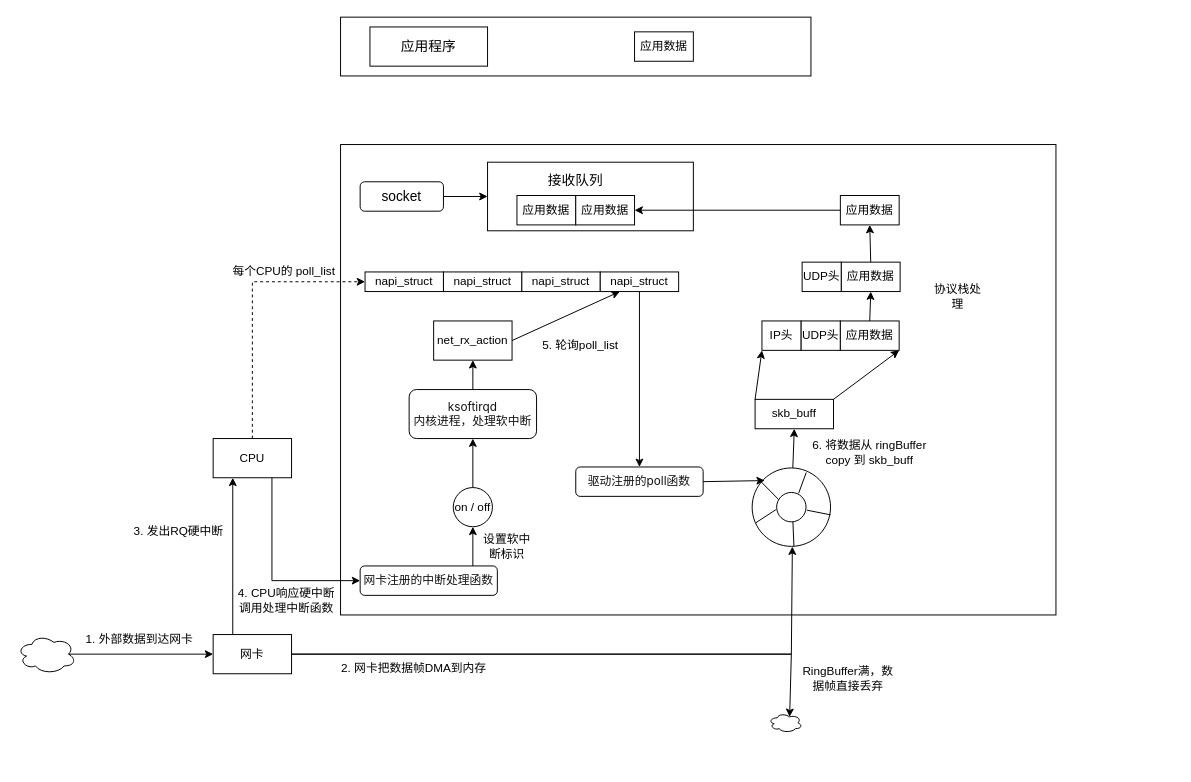
Before: 图解网络.drawio in JianHao-Chen/UML, a draw.io diagram. Source tidied: cells renumbered, new cells numbered last; positions are measured from the earlier drawing's top-left corner, leaving out a move shared by most shapes. Both pictures are drawn from the tidied source at 98%, with x=0, y=0 at pixel (17, 17).
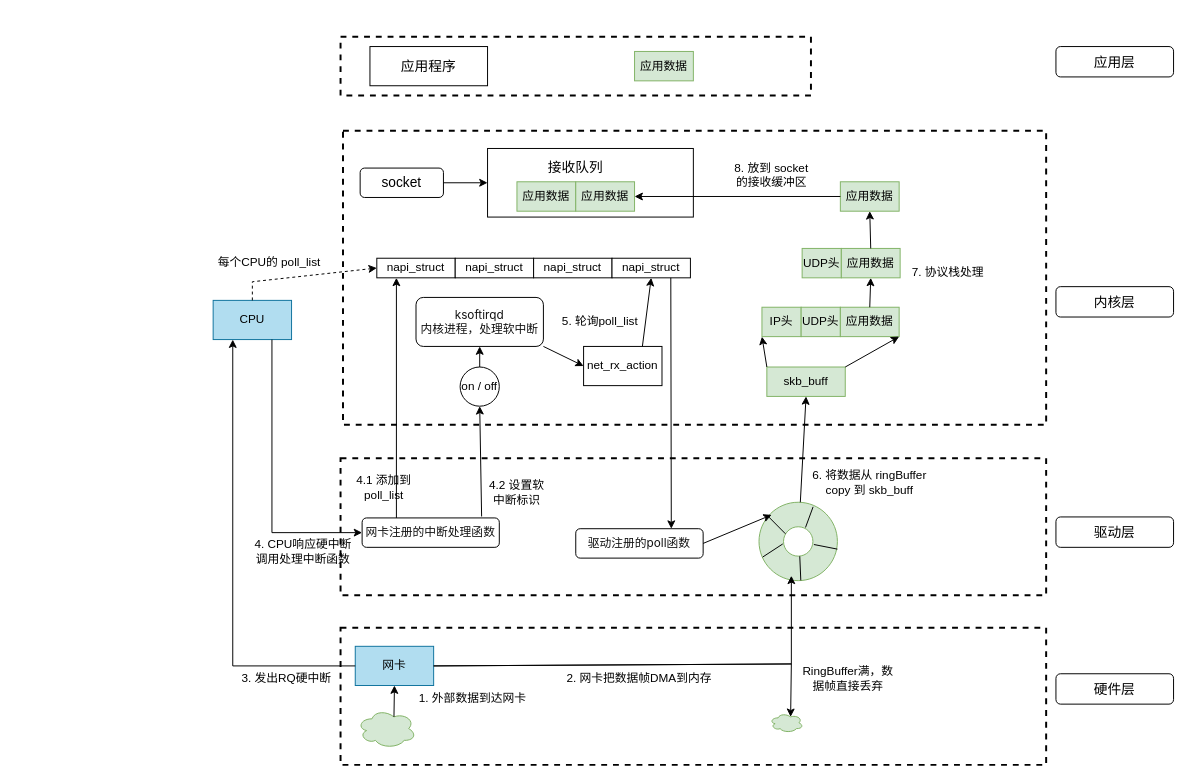
After the change.

Commit message (it also covers changes not shown here):
更新图解网络.drawio

Change to the diagram source:
```diff
@@
+    <mxCell id="66" style="rounded=0;whiteSpace=wrap;html=1;dashed=1;strokeWidth=2;" parent="1" vertex="1">
+      <mxGeometry x="330" y="623" width="720" height="140" as="geometry" />
+    </mxCell>
+    <mxCell id="67" style="rounded=0;whiteSpace=wrap;html=1;fontSize=14;dashed=1;strokeWidth=2;" parent="1" vertex="1">
+      <mxGeometry x="332.5" y="116" width="717.5" height="300" as="geometry" />
+    </mxCell>
-    <mxCell id="2" value="网卡" style="rounded=0;whiteSpace=wrap;html=1;" parent="1" vertex="1">
-      <mxGeometry x="200" y="630" width="80" height="40" as="geometry" />
+    <mxCell id="2" value="网卡" style="rounded=0;whiteSpace=wrap;html=1;fillColor=#b1ddf0;strokeColor=#10739e;" parent="1" vertex="1">
+      <mxGeometry x="345" y="642" width="80" height="40" as="geometry" />
     </mxCell>
-    <mxCell id="3" style="rounded=0;whiteSpace=wrap;html=1;" parent="1" vertex="1">
-      <mxGeometry x="330" y="130" width="730" height="480" as="geometry" />
+    <mxCell id="3" style="rounded=0;whiteSpace=wrap;html=1;dashed=1;strokeWidth=2;" parent="1" vertex="1">
+      <mxGeometry x="330" y="450" width="720" height="140" as="geometry" />
     </mxCell>
-    <mxCell id="4" value="CPU" style="rounded=0;whiteSpace=wrap;html=1;" parent="1" vertex="1">
-      <mxGeometry x="200" y="430" width="80" height="40" as="geometry" />
+    <mxCell id="4" value="CPU" style="rounded=0;whiteSpace=wrap;html=1;fillColor=#b1ddf0;strokeColor=#10739e;" parent="1" vertex="1">
+      <mxGeometry x="200" y="289" width="80" height="40" as="geometry" />
     </mxCell>
-    <mxCell id="5" style="verticalLabelPosition=bottom;verticalAlign=top;html=1;shape=mxgraph.basic.donut;dx=25;" parent="1" vertex="1">
-      <mxGeometry x="750" y="460" width="80" height="80" as="geometry" />
+    <mxCell id="5" style="verticalLabelPosition=bottom;verticalAlign=top;html=1;shape=mxgraph.basic.donut;dx=25;fillColor=#d5e8d4;strokeColor=#82b366;" parent="1" vertex="1">
+      <mxGeometry x="757" y="495" width="80" height="80" as="geometry" />
     </mxCell>
@@
-    <mxCell id="11" style="ellipse;shape=cloud;whiteSpace=wrap;html=1;" parent="1" vertex="1">
-      <mxGeometry y="630" width="60" height="40" as="geometry" />
+    <mxCell id="11" style="ellipse;shape=cloud;whiteSpace=wrap;html=1;fillColor=#d5e8d4;strokeColor=#82b366;" parent="1" vertex="1">
+      <mxGeometry x="347" y="706" width="60" height="40" as="geometry" />
     </mxCell>
-    <mxCell id="12" style="endArrow=classic;html=1;rounded=0;exitX=0.875;exitY=0.5;exitDx=0;exitDy=0;exitPerimeter=0;entryX=0;entryY=0.5;entryDx=0;entryDy=0;" parent="1" edge="1" source="11" target="2">
+    <mxCell id="12" style="endArrow=classic;html=1;rounded=0;exitX=0.625;exitY=0.2;exitDx=0;exitDy=0;exitPerimeter=0;entryX=0.5;entryY=1;entryDx=0;entryDy=0;" parent="1" edge="1" source="11" target="2">
       <mxGeometry relative="1" as="geometry" />
     </mxCell>
     <mxCell id="13" value="1. 外部数据到达网卡" style="text;html=1;strokeColor=none;fillColor=none;align=center;verticalAlign=middle;whiteSpace=wrap;rounded=0;" parent="1" vertex="1">
-      <mxGeometry x="50" y="620" width="150" height="30" as="geometry" />
+      <mxGeometry x="390" y="680" width="150" height="30" as="geometry" />
     </mxCell>
-    <mxCell id="14" style="endArrow=classic;html=1;rounded=0;exitX=1;exitY=0.5;exitDx=0;exitDy=0;entryX=0.513;entryY=1.003;entryDx=0;entryDy=0;entryPerimeter=0;" parent="1" edge="1" source="2" target="5">
+    <mxCell id="14" style="endArrow=classic;html=1;rounded=0;exitX=1;exitY=0.5;exitDx=0;exitDy=0;" parent="1" edge="1" source="2">
       <mxGeometry relative="1" as="geometry">
+        <mxPoint x="790" y="570" as="targetPoint" />
         <Array as="points">
-          <mxPoint x="790" y="650" />
+          <mxPoint x="790" y="660" />
         </Array>
       </mxGeometry>
     </mxCell>
     <mxCell id="15" value="2. 网卡把数据帧DMA到内存" style="text;html=1;strokeColor=none;fillColor=none;align=center;verticalAlign=middle;whiteSpace=wrap;rounded=0;" parent="1" vertex="1">
-      <mxGeometry x="330" y="650" width="150" height="30" as="geometry" />
+      <mxGeometry x="560" y="660" width="150" height="30" as="geometry" />
     </mxCell>
-    <mxCell id="16" style="endArrow=classic;html=1;rounded=0;exitX=0.25;exitY=0;exitDx=0;exitDy=0;entryX=0.25;entryY=1;entryDx=0;entryDy=0;" parent="1" edge="1" source="2" target="4">
-      <mxGeometry relative="1" as="geometry" />
+    <mxCell id="16" style="endArrow=classic;html=1;rounded=0;exitX=0;exitY=0.5;exitDx=0;exitDy=0;entryX=0.25;entryY=1;entryDx=0;entryDy=0;" parent="1" edge="1" source="2" target="4">
+      <mxGeometry relative="1" as="geometry">
+        <Array as="points">
+          <mxPoint x="220" y="662" />
+        </Array>
+      </mxGeometry>
     </mxCell>
     <mxCell id="17" value="3. 发出RQ硬中断" style="text;html=1;strokeColor=none;fillColor=none;align=center;verticalAlign=middle;whiteSpace=wrap;rounded=0;" parent="1" vertex="1">
-      <mxGeometry x="110" y="510" width="110" height="30" as="geometry" />
+      <mxGeometry x="220" y="660" width="110" height="30" as="geometry" />
     </mxCell>
@@
     <mxCell id="19" style="endArrow=classic;html=1;rounded=0;exitX=1;exitY=0.5;exitDx=0;exitDy=0;entryX=0.625;entryY=0.2;entryDx=0;entryDy=0;entryPerimeter=0;" parent="1" edge="1" source="2" target="20">
       <mxGeometry relative="1" as="geometry">
         <Array as="points">
-          <mxPoint x="790" y="650" />
+          <mxPoint x="790" y="660" />
         </Array>
       </mxGeometry>
     </mxCell>
-    <mxCell id="20" style="ellipse;shape=cloud;whiteSpace=wrap;html=1;" parent="1" vertex="1">
-      <mxGeometry x="767" y="710" width="34" height="20" as="geometry" />
+    <mxCell id="20" style="ellipse;shape=cloud;whiteSpace=wrap;html=1;fillColor=#d5e8d4;strokeColor=#82b366;" parent="1" vertex="1">
+      <mxGeometry x="768" y="710" width="34" height="20" as="geometry" />
     </mxCell>
     <mxCell id="21" value="&lt;span style=&quot;color: rgb(18, 18, 18); font-family: -apple-system, BlinkMacSystemFont, &amp;quot;Helvetica Neue&amp;quot;, &amp;quot;PingFang SC&amp;quot;, &amp;quot;Microsoft YaHei&amp;quot;, &amp;quot;Source Han Sans SC&amp;quot;, &amp;quot;Noto Sans CJK SC&amp;quot;, &amp;quot;WenQuanYi Micro Hei&amp;quot;, sans-serif; text-align: start; background-color: rgb(255, 255, 255);&quot;&gt;&lt;font style=&quot;font-size: 12px;&quot;&gt;ksoftirqd&lt;br&gt;内核进程，处理软中断&lt;br&gt;&lt;/font&gt;&lt;/span&gt;" style="rounded=1;whiteSpace=wrap;html=1;" parent="1" vertex="1">
-      <mxGeometry x="400" y="380" width="130" height="50" as="geometry" />
+      <mxGeometry x="407" y="286" width="130" height="50" as="geometry" />
     </mxCell>
     <mxCell id="22" value="&lt;span style=&quot;color: rgb(18, 18, 18); font-family: -apple-system, BlinkMacSystemFont, &amp;quot;Helvetica Neue&amp;quot;, &amp;quot;PingFang SC&amp;quot;, &amp;quot;Microsoft YaHei&amp;quot;, &amp;quot;Source Han Sans SC&amp;quot;, &amp;quot;Noto Sans CJK SC&amp;quot;, &amp;quot;WenQuanYi Micro Hei&amp;quot;, sans-serif; text-align: start; background-color: rgb(255, 255, 255);&quot;&gt;&lt;font style=&quot;font-size: 12px;&quot;&gt;驱动注册的poll函数&lt;br&gt;&lt;/font&gt;&lt;/span&gt;" style="rounded=1;whiteSpace=wrap;html=1;" parent="1" vertex="1">
-      <mxGeometry x="570" y="459" width="130" height="30" as="geometry" />
+      <mxGeometry x="570" y="522" width="130" height="30" as="geometry" />
     </mxCell>
     <mxCell id="23" value="&lt;span style=&quot;color: rgb(18, 18, 18); font-family: -apple-system, BlinkMacSystemFont, &amp;quot;Helvetica Neue&amp;quot;, &amp;quot;PingFang SC&amp;quot;, &amp;quot;Microsoft YaHei&amp;quot;, &amp;quot;Source Han Sans SC&amp;quot;, &amp;quot;Noto Sans CJK SC&amp;quot;, &amp;quot;WenQuanYi Micro Hei&amp;quot;, sans-serif; text-align: start; background-color: rgb(255, 255, 255);&quot;&gt;&lt;font style=&quot;font-size: 12px;&quot;&gt;网卡注册的中断处理函数&lt;br&gt;&lt;/font&gt;&lt;/span&gt;" style="rounded=1;whiteSpace=wrap;html=1;" parent="1" vertex="1">
-      <mxGeometry x="350" y="560" width="140" height="30" as="geometry" />
+      <mxGeometry x="352" y="511" width="140" height="30" as="geometry" />
     </mxCell>
     <mxCell id="24" style="endArrow=classic;html=1;rounded=0;fontSize=12;exitX=0.75;exitY=1;exitDx=0;exitDy=0;entryX=0;entryY=0.5;entryDx=0;entryDy=0;" parent="1" edge="1" source="4" target="23">
       <mxGeometry relative="1" as="geometry">
         <Array as="points">
-          <mxPoint x="260" y="575" />
+          <mxPoint x="260" y="526" />
         </Array>
       </mxGeometry>
     </mxCell>
     <mxCell id="25" value="4. CPU响应硬中断&lt;br&gt;调用处理中断函数" style="text;html=1;strokeColor=none;fillColor=none;align=center;verticalAlign=middle;whiteSpace=wrap;rounded=0;" parent="1" vertex="1">
-      <mxGeometry x="220" y="580" width="110" height="30" as="geometry" />
+      <mxGeometry x="237" y="530" width="110" height="30" as="geometry" />
     </mxCell>
     <mxCell id="26" value="on / off" style="ellipse;whiteSpace=wrap;html=1;fontSize=12;" parent="1" vertex="1">
-      <mxGeometry x="445" y="480" width="40" height="40" as="geometry" />
+      <mxGeometry x="452" y="357" width="40" height="40" as="geometry" />
     </mxCell>
-    <mxCell id="27" style="endArrow=classic;html=1;rounded=0;fontSize=12;entryX=0.5;entryY=1;entryDx=0;entryDy=0;" parent="1" edge="1" target="26">
-      <mxGeometry relative="1" as="geometry">
-        <mxPoint x="465" y="560" as="sourcePoint" />
-      </mxGeometry>
+    <mxCell id="27" style="endArrow=classic;html=1;rounded=0;fontSize=12;entryX=0.5;entryY=1;entryDx=0;entryDy=0;exitX=0.871;exitY=-0.049;exitDx=0;exitDy=0;exitPerimeter=0;" parent="1" edge="1" source="23" target="26">
+      <mxGeometry relative="1" as="geometry" />
     </mxCell>
-    <mxCell id="28" value="设置软中断标识" style="text;html=1;strokeColor=none;fillColor=none;align=center;verticalAlign=middle;whiteSpace=wrap;rounded=0;fontSize=12;" parent="1" vertex="1">
-      <mxGeometry x="470" y="525" width="60" height="30" as="geometry" />
+    <mxCell id="28" value="4.2 设置软中断标识" style="text;html=1;strokeColor=none;fillColor=none;align=center;verticalAlign=middle;whiteSpace=wrap;rounded=0;fontSize=12;" parent="1" vertex="1">
+      <mxGeometry x="480" y="470" width="60" height="30" as="geometry" />
     </mxCell>
@@
     <mxCell id="30" value="napi_struct" style="rounded=0;whiteSpace=wrap;html=1;fontSize=12;" parent="1" vertex="1">
-      <mxGeometry x="355" y="260" width="80" height="20" as="geometry" />
+      <mxGeometry x="367" y="246" width="80" height="20" as="geometry" />
     </mxCell>
     <mxCell id="31" value="napi_struct" style="rounded=0;whiteSpace=wrap;html=1;fontSize=12;" parent="1" vertex="1">
-      <mxGeometry x="435" y="260" width="80" height="20" as="geometry" />
+      <mxGeometry x="447" y="246" width="80" height="20" as="geometry" />
     </mxCell>
     <mxCell id="32" value="每个CPU的 poll_list" style="text;html=1;strokeColor=none;fillColor=none;align=center;verticalAlign=middle;whiteSpace=wrap;rounded=0;fontSize=12;" parent="1" vertex="1">
-      <mxGeometry x="215" y="250" width="115" height="20" as="geometry" />
+      <mxGeometry x="200" y="240" width="115" height="20" as="geometry" />
     </mxCell>
     <mxCell id="33" value="napi_struct" style="rounded=0;whiteSpace=wrap;html=1;fontSize=12;" parent="1" vertex="1">
-      <mxGeometry x="515" y="260" width="80" height="20" as="geometry" />
+      <mxGeometry x="527" y="246" width="80" height="20" as="geometry" />
     </mxCell>
     <mxCell id="34" value="net_rx_action" style="rounded=0;whiteSpace=wrap;html=1;fontSize=12;" parent="1" vertex="1">
-      <mxGeometry x="425" y="310" width="80" height="40" as="geometry" />
+      <mxGeometry x="578" y="336" width="80" height="40" as="geometry" />
     </mxCell>
-    <mxCell id="35" style="endArrow=classic;html=1;rounded=0;fontSize=12;exitX=0.5;exitY=0;exitDx=0;exitDy=0;entryX=0.5;entryY=1;entryDx=0;entryDy=0;" parent="1" edge="1" source="21" target="34">
+    <mxCell id="35" style="endArrow=classic;html=1;rounded=0;fontSize=12;entryX=0;entryY=0.5;entryDx=0;entryDy=0;exitX=1;exitY=1;exitDx=0;exitDy=0;" parent="1" edge="1" source="21" target="34">
       <mxGeometry relative="1" as="geometry" />
     </mxCell>
     <mxCell id="36" value="napi_struct" style="rounded=0;whiteSpace=wrap;html=1;fontSize=12;" parent="1" vertex="1">
-      <mxGeometry x="595" y="260" width="80" height="20" as="geometry" />
+      <mxGeometry x="607" y="246" width="80" height="20" as="geometry" />
     </mxCell>
@@
-    <mxCell id="38" style="endArrow=classic;html=1;rounded=0;fontSize=12;exitX=1;exitY=0.5;exitDx=0;exitDy=0;entryX=0.25;entryY=1;entryDx=0;entryDy=0;" parent="1" edge="1" source="34" target="36">
+    <mxCell id="38" style="endArrow=classic;html=1;rounded=0;fontSize=12;exitX=0.75;exitY=0;exitDx=0;exitDy=0;entryX=0.5;entryY=1;entryDx=0;entryDy=0;" parent="1" edge="1" source="34" target="36">
       <mxGeometry relative="1" as="geometry" />
     </mxCell>
-    <mxCell id="39" style="endArrow=classic;html=1;rounded=0;fontSize=12;exitX=0.5;exitY=1;exitDx=0;exitDy=0;entryX=0.5;entryY=0;entryDx=0;entryDy=0;" parent="1" edge="1" source="36" target="22">
+    <mxCell id="39" style="endArrow=classic;html=1;rounded=0;fontSize=12;exitX=0.75;exitY=1;exitDx=0;exitDy=0;entryX=0.75;entryY=0;entryDx=0;entryDy=0;" parent="1" edge="1" source="36" target="22">
       <mxGeometry relative="1" as="geometry" />
     </mxCell>
-    <mxCell id="40" value="skb_buff" style="rounded=0;whiteSpace=wrap;html=1;fontSize=12;" parent="1" vertex="1">
-      <mxGeometry x="753" y="390" width="80" height="30" as="geometry" />
+    <mxCell id="40" value="skb_buff" style="rounded=0;whiteSpace=wrap;html=1;fontSize=12;fillColor=#d5e8d4;strokeColor=#82b366;" parent="1" vertex="1">
+      <mxGeometry x="765" y="357" width="80" height="30" as="geometry" />
     </mxCell>
@@
-    <mxCell id="43" value="IP头" style="rounded=0;whiteSpace=wrap;html=1;fontSize=12;" parent="1" vertex="1">
-      <mxGeometry x="760" y="310" width="40" height="30" as="geometry" />
+    <mxCell id="43" value="IP头" style="rounded=0;whiteSpace=wrap;html=1;fontSize=12;fillColor=#d5e8d4;strokeColor=#82b366;" parent="1" vertex="1">
+      <mxGeometry x="760" y="296" width="40" height="30" as="geometry" />
     </mxCell>
-    <mxCell id="44" value="UDP头" style="rounded=0;whiteSpace=wrap;html=1;fontSize=12;" parent="1" vertex="1">
-      <mxGeometry x="800" y="310" width="40" height="30" as="geometry" />
+    <mxCell id="44" value="UDP头" style="rounded=0;whiteSpace=wrap;html=1;fontSize=12;fillColor=#d5e8d4;strokeColor=#82b366;" parent="1" vertex="1">
+      <mxGeometry x="800" y="296" width="40" height="30" as="geometry" />
     </mxCell>
-    <mxCell id="45" value="应用数据" style="rounded=0;whiteSpace=wrap;html=1;fontSize=12;" parent="1" vertex="1">
-      <mxGeometry x="840" y="310" width="60" height="30" as="geometry" />
+    <mxCell id="45" value="应用数据" style="rounded=0;whiteSpace=wrap;html=1;fontSize=12;fillColor=#d5e8d4;strokeColor=#82b366;" parent="1" vertex="1">
+      <mxGeometry x="840" y="296" width="60" height="30" as="geometry" />
     </mxCell>
-    <mxCell id="46" value="UDP头" style="rounded=0;whiteSpace=wrap;html=1;fontSize=12;" parent="1" vertex="1">
-      <mxGeometry x="801" y="250" width="40" height="30" as="geometry" />
+    <mxCell id="46" value="UDP头" style="rounded=0;whiteSpace=wrap;html=1;fontSize=12;fillColor=#d5e8d4;strokeColor=#82b366;" parent="1" vertex="1">
+      <mxGeometry x="801" y="236" width="40" height="30" as="geometry" />
     </mxCell>
-    <mxCell id="47" value="应用数据" style="rounded=0;whiteSpace=wrap;html=1;fontSize=12;" parent="1" vertex="1">
-      <mxGeometry x="841" y="250" width="60" height="30" as="geometry" />
+    <mxCell id="47" value="应用数据" style="rounded=0;whiteSpace=wrap;html=1;fontSize=12;fillColor=#d5e8d4;strokeColor=#82b366;" parent="1" vertex="1">
+      <mxGeometry x="841" y="236" width="60" height="30" as="geometry" />
     </mxCell>
-    <mxCell id="48" value="应用数据" style="rounded=0;whiteSpace=wrap;html=1;fontSize=12;" parent="1" vertex="1">
-      <mxGeometry x="840" y="182" width="60" height="30" as="geometry" />
+    <mxCell id="48" value="应用数据" style="rounded=0;whiteSpace=wrap;html=1;fontSize=12;fillColor=#d5e8d4;strokeColor=#82b366;" parent="1" vertex="1">
+      <mxGeometry x="840" y="168" width="60" height="30" as="geometry" />
     </mxCell>
@@
-    <mxCell id="51" value="协议栈处理" style="text;html=1;strokeColor=none;fillColor=none;align=center;verticalAlign=middle;whiteSpace=wrap;rounded=0;fontSize=12;" parent="1" vertex="1">
-      <mxGeometry x="930" y="270" width="60" height="30" as="geometry" />
+    <mxCell id="51" value="7. 协议栈处理" style="text;html=1;strokeColor=none;fillColor=none;align=center;verticalAlign=middle;whiteSpace=wrap;rounded=0;fontSize=12;" parent="1" vertex="1">
+      <mxGeometry x="910" y="246" width="80" height="30" as="geometry" />
     </mxCell>
@@
     <mxCell id="54" style="rounded=0;whiteSpace=wrap;html=1;fontSize=12;" parent="1" vertex="1">
-      <mxGeometry x="480" y="148" width="210" height="70" as="geometry" />
+      <mxGeometry x="480" y="134" width="210" height="70" as="geometry" />
     </mxCell>
     <mxCell id="55" value="&lt;font style=&quot;font-size: 14px;&quot;&gt;socket&lt;/font&gt;" style="rounded=1;whiteSpace=wrap;html=1;fontSize=12;" parent="1" vertex="1">
-      <mxGeometry x="350" y="168" width="85" height="30" as="geometry" />
+      <mxGeometry x="350" y="154" width="85" height="30" as="geometry" />
     </mxCell>
     <mxCell id="56" value="接收队列" style="text;html=1;strokeColor=none;fillColor=none;align=center;verticalAlign=middle;whiteSpace=wrap;rounded=0;fontSize=14;" parent="1" vertex="1">
-      <mxGeometry x="540" y="152" width="60" height="30" as="geometry" />
+      <mxGeometry x="540" y="138" width="60" height="30" as="geometry" />
     </mxCell>
-    <mxCell id="57" value="应用数据" style="rounded=0;whiteSpace=wrap;html=1;fontSize=12;" parent="1" vertex="1">
-      <mxGeometry x="510" y="182" width="60" height="30" as="geometry" />
+    <mxCell id="57" value="应用数据" style="rounded=0;whiteSpace=wrap;html=1;fontSize=12;fillColor=#d5e8d4;strokeColor=#82b366;" parent="1" vertex="1">
+      <mxGeometry x="510" y="168" width="60" height="30" as="geometry" />
     </mxCell>
-    <mxCell id="58" value="应用数据" style="rounded=0;whiteSpace=wrap;html=1;fontSize=12;" parent="1" vertex="1">
-      <mxGeometry x="570" y="182" width="60" height="30" as="geometry" />
+    <mxCell id="58" value="应用数据" style="rounded=0;whiteSpace=wrap;html=1;fontSize=12;fillColor=#d5e8d4;strokeColor=#82b366;" parent="1" vertex="1">
+      <mxGeometry x="570" y="168" width="60" height="30" as="geometry" />
     </mxCell>
@@
-    <mxCell id="61" style="rounded=0;whiteSpace=wrap;html=1;fontSize=14;" parent="1" vertex="1">
-      <mxGeometry x="330" width="480" height="60" as="geometry" />
+    <mxCell id="61" style="rounded=0;whiteSpace=wrap;html=1;fontSize=14;strokeWidth=2;dashed=1;" parent="1" vertex="1">
+      <mxGeometry x="330" y="20" width="480" height="60" as="geometry" />
     </mxCell>
-    <mxCell id="62" value="应用数据" style="rounded=0;whiteSpace=wrap;html=1;fontSize=12;" parent="1" vertex="1">
-      <mxGeometry x="630" y="15" width="60" height="30" as="geometry" />
+    <mxCell id="62" value="应用数据" style="rounded=0;whiteSpace=wrap;html=1;fontSize=12;fillColor=#d5e8d4;strokeColor=#82b366;" parent="1" vertex="1">
+      <mxGeometry x="630" y="35" width="60" height="30" as="geometry" />
     </mxCell>
     <mxCell id="63" value="应用程序" style="rounded=0;whiteSpace=wrap;html=1;fontSize=14;" parent="1" vertex="1">
-      <mxGeometry x="360" y="10" width="120" height="40" as="geometry" />
+      <mxGeometry x="360" y="30" width="120" height="40" as="geometry" />
     </mxCell>
     <mxCell id="64" value="5. 轮询poll_list" style="text;html=1;strokeColor=none;fillColor=none;align=center;verticalAlign=middle;whiteSpace=wrap;rounded=0;" parent="1" vertex="1">
-      <mxGeometry x="520" y="320" width="110" height="30" as="geometry" />
+      <mxGeometry x="550" y="296" width="90" height="30" as="geometry" />
     </mxCell>
     <mxCell id="65" value="6. 将数据从 ringBuffer &lt;br&gt;copy 到 skb_buff" style="text;html=1;strokeColor=none;fillColor=none;align=center;verticalAlign=middle;whiteSpace=wrap;rounded=0;" parent="1" vertex="1">
-      <mxGeometry x="800" y="429" width="140" height="30" as="geometry" />
+      <mxGeometry x="800" y="460" width="140" height="30" as="geometry" />
     </mxCell>
+    <mxCell id="68" style="endArrow=classic;html=1;rounded=0;fontSize=14;exitX=0.25;exitY=0;exitDx=0;exitDy=0;entryX=0.25;entryY=1;entryDx=0;entryDy=0;" parent="1" edge="1" source="23" target="30">
+      <mxGeometry relative="1" as="geometry" />
+    </mxCell>
+    <mxCell id="69" value="8. 放到 socket 的接收缓冲区" style="text;html=1;strokeColor=none;fillColor=none;align=center;verticalAlign=middle;whiteSpace=wrap;rounded=0;fontSize=12;" parent="1" vertex="1">
+      <mxGeometry x="730" y="146" width="80" height="30" as="geometry" />
+    </mxCell>
+    <mxCell id="70" value="内核层" style="rounded=1;whiteSpace=wrap;html=1;strokeWidth=1;fontSize=14;" parent="1" vertex="1">
+      <mxGeometry x="1060" y="275" width="120" height="31" as="geometry" />
+    </mxCell>
+    <mxCell id="71" value="驱动层" style="rounded=1;whiteSpace=wrap;html=1;strokeWidth=1;fontSize=14;" parent="1" vertex="1">
+      <mxGeometry x="1060" y="510" width="120" height="31" as="geometry" />
+    </mxCell>
+    <mxCell id="72" value="4.1 添加到 poll_list" style="text;html=1;strokeColor=none;fillColor=none;align=center;verticalAlign=middle;whiteSpace=wrap;rounded=0;" parent="1" vertex="1">
+      <mxGeometry x="332.5" y="465" width="83" height="30" as="geometry" />
+    </mxCell>
+    <mxCell id="73" value="硬件层" style="rounded=1;whiteSpace=wrap;html=1;strokeWidth=1;fontSize=14;" parent="1" vertex="1">
+      <mxGeometry x="1060" y="670" width="120" height="31" as="geometry" />
+    </mxCell>
+    <mxCell id="74" value="应用层" style="rounded=1;whiteSpace=wrap;html=1;strokeWidth=1;fontSize=14;" parent="1" vertex="1">
+      <mxGeometry x="1060" y="30" width="120" height="31" as="geometry" />
+    </mxCell>
```
